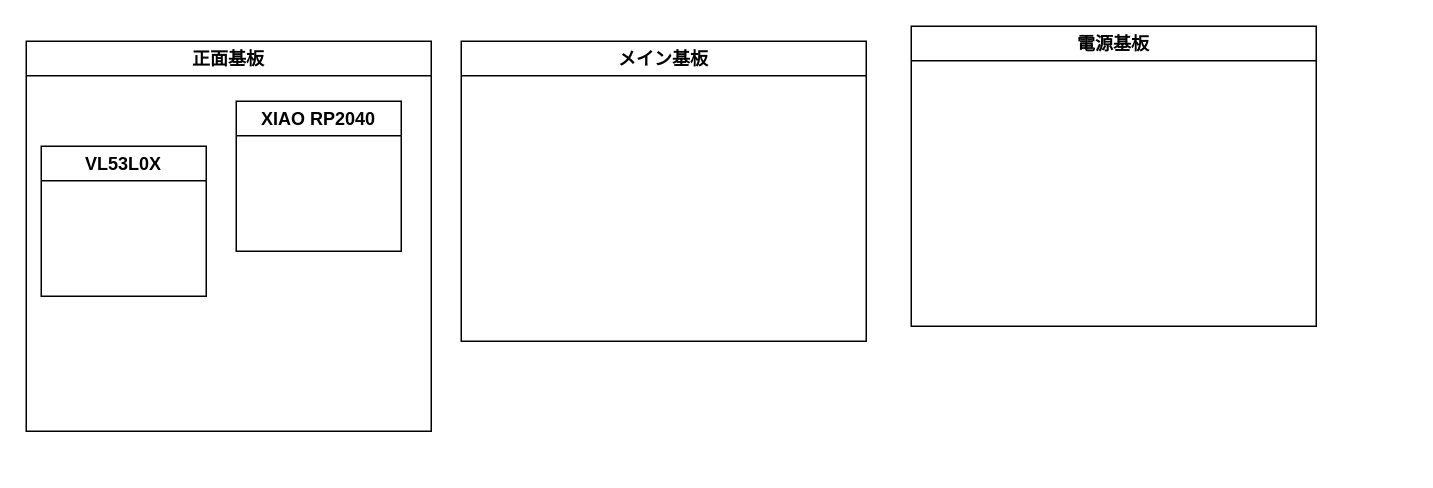
This is NagoyaDiagram.drawio from shuji4649/drawio, a draw.io file, before an edit. Source tidied: cells renumbered, new cells numbered last; positions are measured from the earlier drawing's top-left corner, leaving out a move shared by most shapes. Both pictures are drawn from the tidied source at 150%, with x=0, y=0 at pixel (26, 26). Pictures stored in the file or linked from it are replaced by grey dashed boxes.
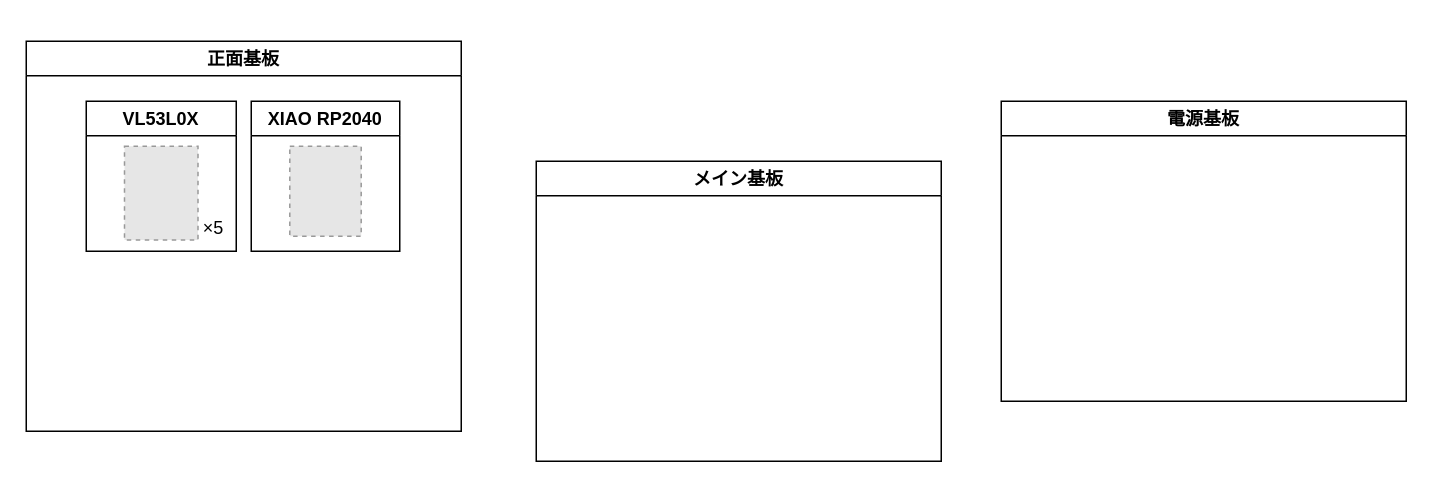
After the change.

Commit message (it also covers changes not shown here):
NagoyaDiagram.drawio を更新します

The edit, as a diff of the source:
```diff
@@
 <mxGraphModel>
   <root>
     <mxCell id="0" />
     <mxCell id="1" parent="0" />
     <mxCell id="2" value="メイン基板" style="swimlane;whiteSpace=wrap;html=1;" parent="1" vertex="1">
-      <mxGeometry x="290" y="10" width="270" height="200" as="geometry" />
+      <mxGeometry x="340" y="90" width="270" height="200" as="geometry" />
     </mxCell>
     <mxCell id="3" value="電源基板" style="swimlane;whiteSpace=wrap;html=1;" parent="1" vertex="1">
-      <mxGeometry x="590" width="270" height="200" as="geometry" />
+      <mxGeometry x="650" y="50" width="270" height="200" as="geometry" />
     </mxCell>
     <mxCell id="4" value="正面基板" style="swimlane;whiteSpace=wrap;html=1;" parent="1" vertex="1">
-      <mxGeometry y="10" width="270" height="260" as="geometry" />
+      <mxGeometry y="10" width="290" height="260" as="geometry" />
     </mxCell>
     <mxCell id="5" value="XIAO RP2040" style="swimlane;" parent="4" vertex="1">
-      <mxGeometry x="140" y="40" width="110" height="100" as="geometry" />
+      <mxGeometry x="150" y="40" width="99" height="100" as="geometry" />
     </mxCell>
+    <mxCell id="7" style="fillColor=#E6E6E6;strokeColor=#999999;dashed=1;verticalLabelPosition=bottom;labelBackgroundColor=default;verticalAlign=top;" parent="5" vertex="1">
+      <mxGeometry x="25.7" y="30" width="47.6" height="60" as="geometry" />
+    </mxCell>
     <mxCell id="6" value="VL53L0X" style="swimlane;" parent="4" vertex="1">
-      <mxGeometry x="10" y="70" width="110" height="100" as="geometry" />
+      <mxGeometry x="40" y="40" width="100" height="100" as="geometry" />
     </mxCell>
+    <mxCell id="8" style="fillColor=#E6E6E6;strokeColor=#999999;dashed=1;verticalLabelPosition=bottom;labelBackgroundColor=default;verticalAlign=top;" parent="6" vertex="1">
+      <mxGeometry x="25.5" y="30" width="49" height="62.5" as="geometry" />
+    </mxCell>
+    <mxCell id="9" value="×5" style="text;html=1;align=center;verticalAlign=middle;whiteSpace=wrap;rounded=0;" parent="6" vertex="1">
+      <mxGeometry x="70" y="70" width="30" height="30" as="geometry" />
+    </mxCell>
   </root>
 </mxGraphModel>
```
